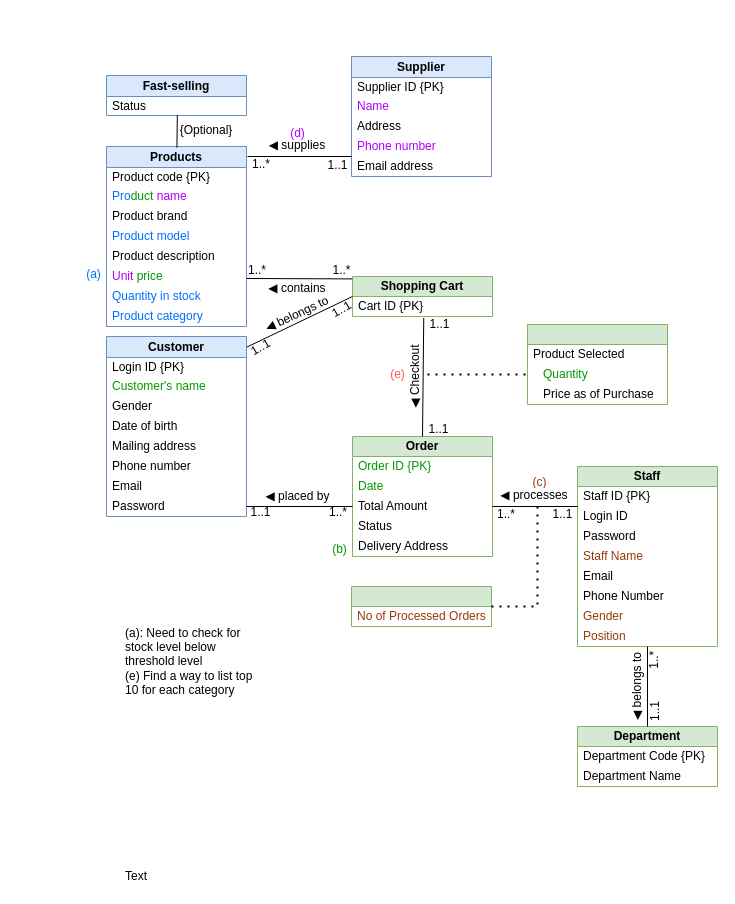
Earlier version of the draw.io diagram Assignment_1.drawio (shadowngks/DBMS). Source tidied: cells renumbered, new cells numbered last; positions are measured from the earlier drawing's top-left corner, leaving out a move shared by most shapes. Both pictures are drawn from the tidied source at 100%, with x=0, y=0 at pixel (81, 56).
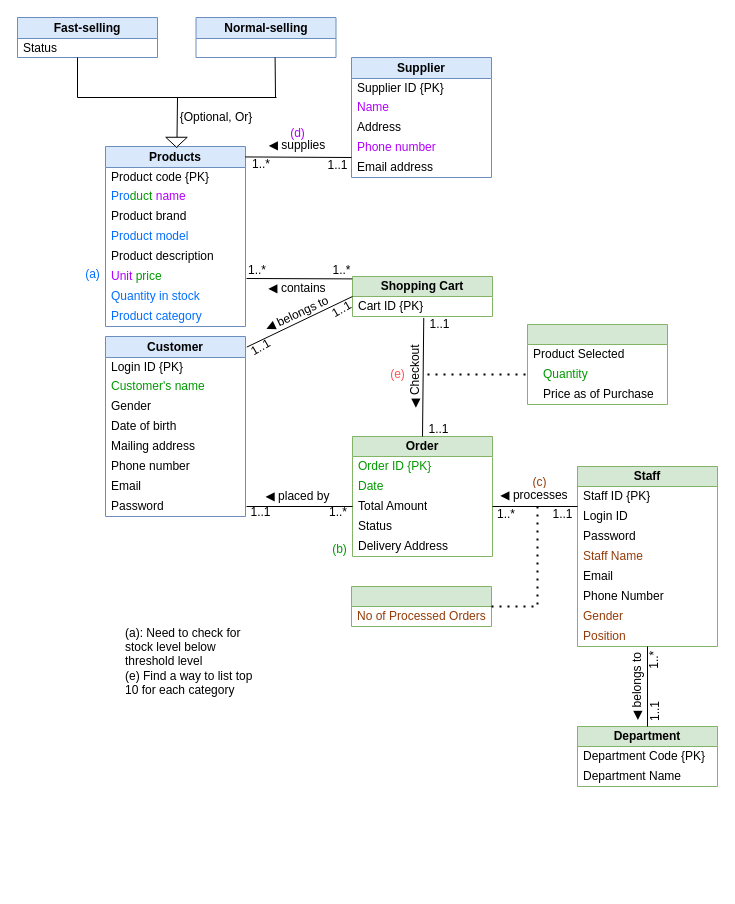
The same page after the edit.

Unchanged cells that the change refers to:
```xml
<mxCell id="15" value="Phone number" style="text;html=1;align=left;verticalAlign=middle;whiteSpace=wrap;rounded=0;spacingLeft=4;fontColor=#B300FF;" parent="11" vertex="1">
  <mxGeometry y="80" width="140" height="20" as="geometry" />
</mxCell>
<mxCell id="25" value="Password" style="text;html=1;align=left;verticalAlign=middle;whiteSpace=wrap;rounded=0;spacingLeft=4;" parent="17" vertex="1">
  <mxGeometry y="160" width="140" height="20" as="geometry" />
</mxCell>
<mxCell id="30" value="Status" style="text;strokeColor=none;fillColor=none;align=left;verticalAlign=middle;spacingLeft=4;spacingRight=4;overflow=hidden;points=[[0,0.5],[1,0.5]];portConstraint=eastwest;whiteSpace=wrap;html=1;" parent="29" vertex="1">
  <mxGeometry y="21" width="140" height="19" as="geometry" />
</mxCell>
<mxCell id="34" value="Shopping Cart" style="swimlane;fontStyle=1;horizontal=1;startSize=20;whiteSpace=wrap;html=1;fillColor=#d5e8d4;strokeColor=#82b366;" parent="1" vertex="1">
  <mxGeometry x="271" y="220" width="140" height="40" as="geometry" />
</mxCell>
<mxCell id="45" value="Total Amount" style="text;strokeColor=none;fillColor=none;align=left;verticalAlign=middle;spacingLeft=4;spacingRight=4;overflow=hidden;points=[[0,0.5],[1,0.5]];portConstraint=eastwest;whiteSpace=wrap;html=1;" parent="42" vertex="1">
  <mxGeometry y="60" width="140" height="20" as="geometry" />
</mxCell>
```

Diff of the diagram source:
```diff
@@
     <mxCell id="2" value="Products" style="swimlane;fontStyle=1;horizontal=1;startSize=21;whiteSpace=wrap;html=1;fillColor=#dae8fc;strokeColor=#6c8ebf;" parent="1" vertex="1">
-      <mxGeometry x="25" y="90" width="140" height="180" as="geometry" />
+      <mxGeometry x="24" y="90" width="140" height="180" as="geometry" />
     </mxCell>
@@
     <mxCell id="11" value="Supplier" style="swimlane;fontStyle=1;horizontal=1;startSize=21;whiteSpace=wrap;html=1;fillColor=#dae8fc;strokeColor=#6c8ebf;" parent="1" vertex="1">
-      <mxGeometry x="270" width="140" height="120" as="geometry" />
+      <mxGeometry x="270" y="1" width="140" height="120" as="geometry" />
     </mxCell>
@@
     <mxCell id="17" value="Customer" style="swimlane;fontStyle=1;horizontal=1;startSize=21;whiteSpace=wrap;html=1;fillColor=#dae8fc;strokeColor=#6c8ebf;" parent="1" vertex="1">
-      <mxGeometry x="25" y="280" width="140" height="180" as="geometry" />
+      <mxGeometry x="24" y="280" width="140" height="180" as="geometry" />
     </mxCell>
@@
     <mxCell id="29" value="Fast-selling" style="swimlane;fontStyle=1;horizontal=1;startSize=21;whiteSpace=wrap;html=1;fillColor=#dae8fc;strokeColor=#6c8ebf;" parent="1" vertex="1">
-      <mxGeometry x="25" y="19" width="140" height="40" as="geometry" />
+      <mxGeometry x="-64" y="-39" width="140" height="40" as="geometry" />
     </mxCell>
@@
-    <mxCell id="31" style="endArrow=none;html=1;rounded=0;entryX=0.506;entryY=0.982;entryDx=0;entryDy=0;entryPerimeter=0;exitX=0.503;exitY=0.006;exitDx=0;exitDy=0;exitPerimeter=0;" parent="1" edge="1" source="2" target="30">
-      <mxGeometry relative="1" as="geometry" />
+    <mxCell id="31" style="endArrow=none;html=1;rounded=0;exitX=0.503;exitY=0.006;exitDx=0;exitDy=0;exitPerimeter=0;" parent="1" edge="1">
+      <mxGeometry relative="1" as="geometry">
+        <mxPoint x="95.4" y="91.1" as="sourcePoint" />
+        <mxPoint x="96" y="41" as="targetPoint" />
+      </mxGeometry>
     </mxCell>
-    <mxCell id="32" style="endArrow=none;html=1;rounded=0;entryX=0;entryY=1;entryDx=0;entryDy=0;" parent="1" edge="1" target="15">
-      <mxGeometry relative="1" as="geometry">
-        <mxPoint x="166" y="100" as="sourcePoint" />
-      </mxGeometry>
+    <mxCell id="32" style="endArrow=none;html=1;rounded=0;entryX=0;entryY=1;entryDx=0;entryDy=0;exitX=0.998;exitY=0.058;exitDx=0;exitDy=0;exitPerimeter=0;" parent="1" edge="1" source="2" target="15">
+      <mxGeometry relative="1" as="geometry" />
     </mxCell>
-    <mxCell id="33" value="{Optional}" style="text;html=1;align=center;verticalAlign=middle;whiteSpace=wrap;rounded=0;" parent="1" vertex="1">
-      <mxGeometry x="55" y="59" width="140" height="30" as="geometry" />
+    <mxCell id="33" value="{Optional, Or}" style="text;html=1;align=center;verticalAlign=middle;whiteSpace=wrap;rounded=0;" parent="1" vertex="1">
+      <mxGeometry x="64.5" y="46" width="140" height="30" as="geometry" />
     </mxCell>
@@
-    <mxCell id="49" value="Text" style="text;html=1;align=left;verticalAlign=middle;whiteSpace=wrap;rounded=0;spacingLeft=4;" parent="1" vertex="1">
-      <mxGeometry x="37.5" y="810" width="140" height="20" as="geometry" />
-    </mxCell>
@@
-    <mxCell id="53" style="endArrow=none;html=1;rounded=0;exitX=1;exitY=0.5;exitDx=0;exitDy=0;entryX=0;entryY=0.5;entryDx=0;entryDy=0;" parent="1" edge="1" source="25" target="45">
-      <mxGeometry relative="1" as="geometry" />
+    <mxCell id="53" style="endArrow=none;html=1;rounded=0;exitX=1;exitY=0.5;exitDx=0;exitDy=0;entryX=0;entryY=0.5;entryDx=0;entryDy=0;" parent="1" edge="1" target="45">
+      <mxGeometry relative="1" as="geometry">
+        <mxPoint x="165" y="450" as="sourcePoint" />
+      </mxGeometry>
     </mxCell>
@@
-    <mxCell id="55" style="endArrow=none;html=1;rounded=0;exitX=1.002;exitY=0.059;exitDx=0;exitDy=0;entryX=0;entryY=0.5;entryDx=0;entryDy=0;exitPerimeter=0;" parent="1" edge="1" source="17" target="34">
-      <mxGeometry relative="1" as="geometry" />
+    <mxCell id="55" style="endArrow=none;html=1;rounded=0;exitX=1.002;exitY=0.059;exitDx=0;exitDy=0;entryX=0;entryY=0.5;entryDx=0;entryDy=0;exitPerimeter=0;" parent="1" edge="1" target="34">
+      <mxGeometry relative="1" as="geometry">
+        <mxPoint x="165.3" y="290.6" as="sourcePoint" />
+      </mxGeometry>
     </mxCell>
@@
     <mxCell id="79" value="&lt;span style=&quot;font-family: sans-serif; font-size: 12.0191px; text-align: start; white-space: pre; background-color: rgb(255, 255, 255);&quot;&gt;(a)&lt;/span&gt;" style="text;html=1;align=center;verticalAlign=middle;whiteSpace=wrap;rounded=0;fontColor=#006FFF;" parent="1" vertex="1">
-      <mxGeometry y="210" width="25" height="15" as="geometry" />
+      <mxGeometry x="-1" y="210" width="25" height="15" as="geometry" />
     </mxCell>
@@
+    <mxCell id="93" style="triangle;whiteSpace=wrap;html=1;rotation=90;" parent="1" vertex="1">
+      <mxGeometry x="90" y="75" width="10" height="21.5" as="geometry" />
+    </mxCell>
+    <mxCell id="94" value="Normal-selling" style="swimlane;fontStyle=1;horizontal=1;startSize=21;whiteSpace=wrap;html=1;fillColor=#dae8fc;strokeColor=#6c8ebf;" parent="1" vertex="1">
+      <mxGeometry x="114.5" y="-39" width="140" height="40" as="geometry" />
+    </mxCell>
+    <mxCell id="95" style="endArrow=none;html=1;rounded=0;" parent="1" edge="1">
+      <mxGeometry relative="1" as="geometry">
+        <mxPoint x="-4" y="41" as="sourcePoint" />
+        <mxPoint x="96" y="41" as="targetPoint" />
+      </mxGeometry>
+    </mxCell>
+    <mxCell id="96" style="endArrow=none;html=1;rounded=0;" parent="1" edge="1">
+      <mxGeometry relative="1" as="geometry">
+        <mxPoint x="95" y="41" as="sourcePoint" />
+        <mxPoint x="195" y="41" as="targetPoint" />
+      </mxGeometry>
+    </mxCell>
+    <mxCell id="97" style="endArrow=none;html=1;rounded=0;" parent="1" edge="1">
+      <mxGeometry relative="1" as="geometry">
+        <mxPoint x="-4" y="41" as="sourcePoint" />
+        <mxPoint x="-4" y="1" as="targetPoint" />
+      </mxGeometry>
+    </mxCell>
+    <mxCell id="98" style="endArrow=none;html=1;rounded=0;entryX=0.428;entryY=1.107;entryDx=0;entryDy=0;entryPerimeter=0;" parent="1" edge="1">
+      <mxGeometry relative="1" as="geometry">
+        <mxPoint x="194" y="41" as="sourcePoint" />
+        <mxPoint x="193.6" y="1" as="targetPoint" />
+      </mxGeometry>
+    </mxCell>
```
